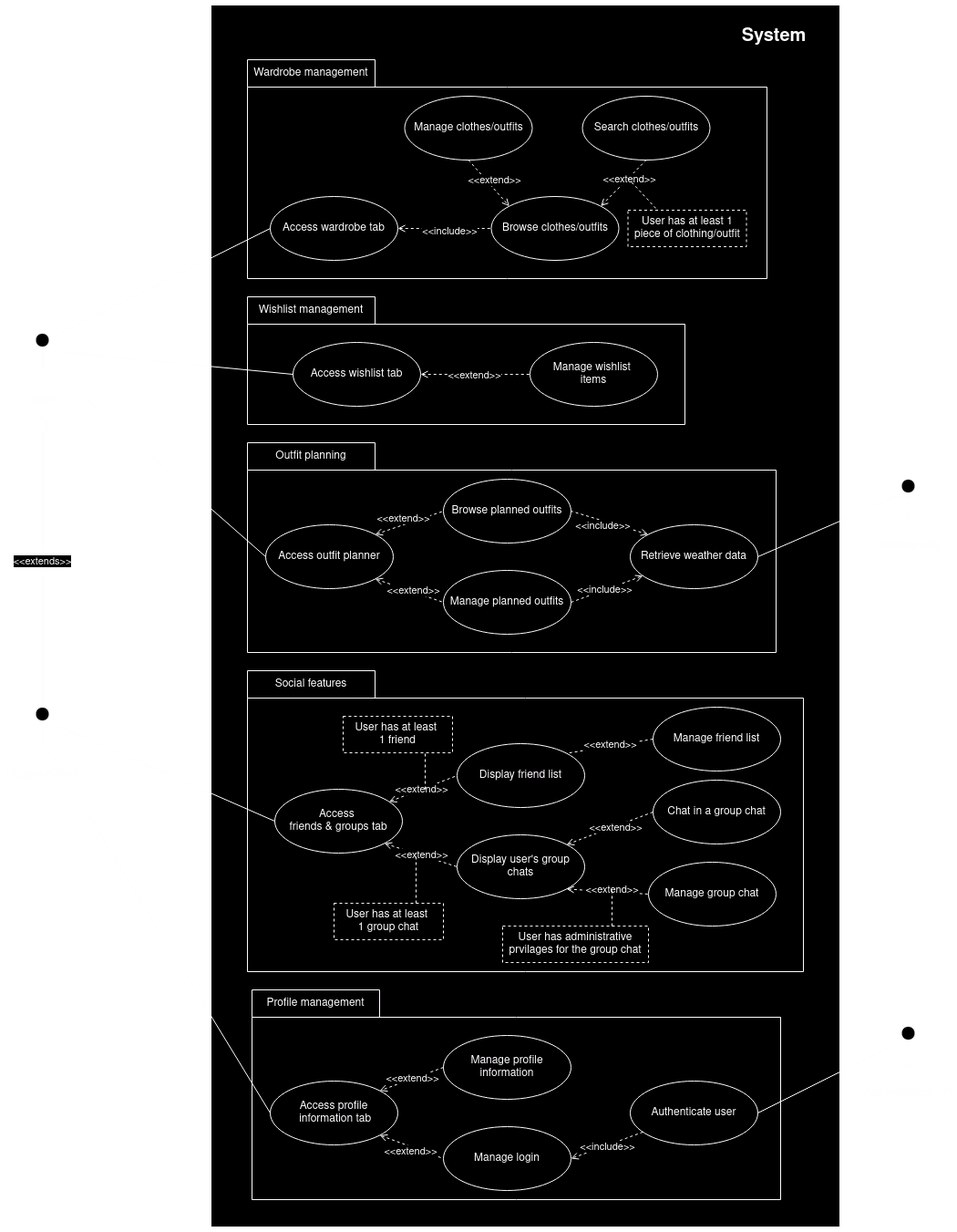
Above: docs/images/UCD-system.png in gienon-fer/SeekFit (draw.io), before the change. Source tidied: cells renumbered, new cells last; positions are measured from the earlier drawing's top-left corner, leaving out a move shared by most shapes.
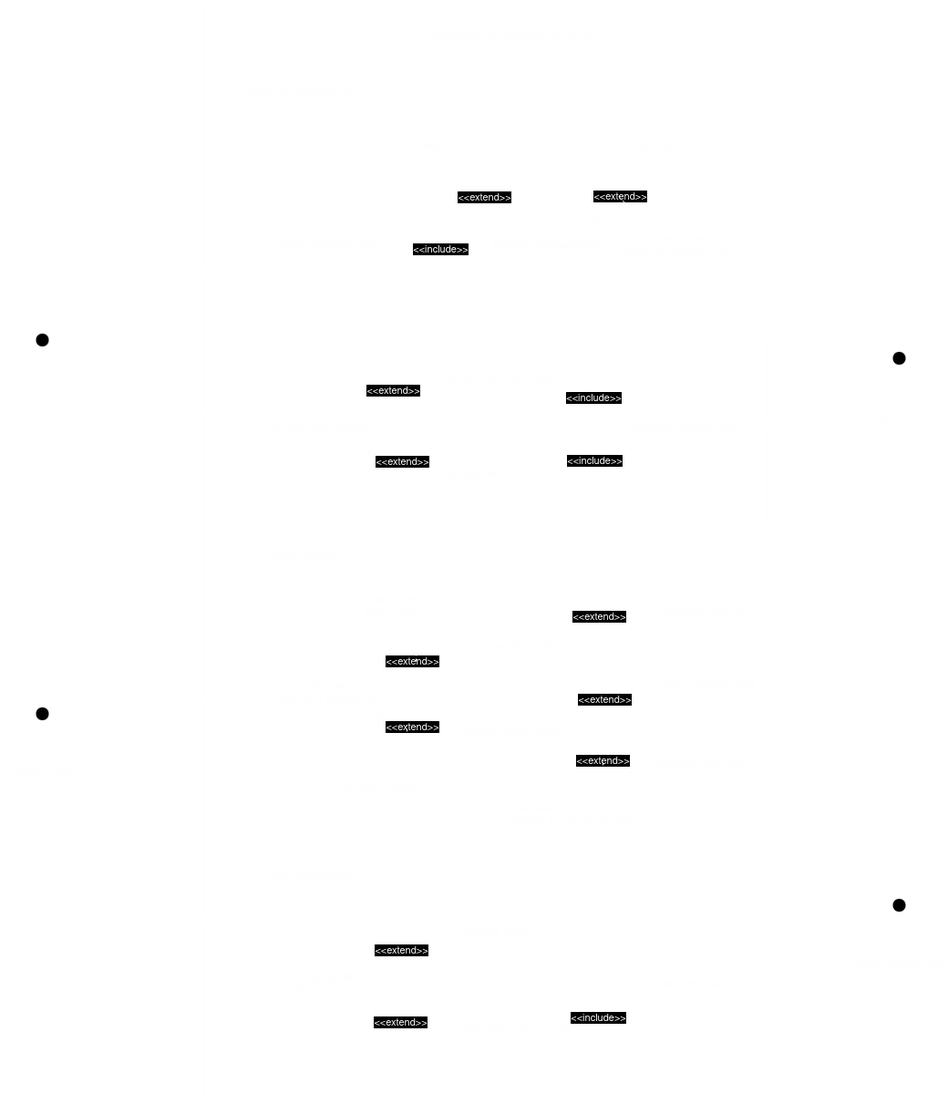
After the commit.

Diff of the diagram source:
```diff
@@ -2,43 +2,40 @@
   <root>
     <mxCell id="0" />
     <mxCell id="1" parent="0" />
-    <mxCell id="2" style="rounded=0;whiteSpace=wrap;html=1;" parent="1" vertex="1">
-      <mxGeometry x="200" width="690" height="1340" as="geometry" />
-    </mxCell>
+    <mxCell id="86" style="rounded=0;whiteSpace=wrap;html=1;fillColor=none;" parent="1" vertex="1">
+      <mxGeometry x="202.5" y="140" width="685" height="1200" as="geometry" />
+    </mxCell>
-    <mxCell id="3" style="shape=folder;fontStyle=1;spacingTop=10;tabWidth=140;tabHeight=30;tabPosition=left;html=1;whiteSpace=wrap;" parent="1" vertex="1">
+    <mxCell id="3" style="shape=folder;fontStyle=1;spacingTop=10;tabWidth=140;tabHeight=30;tabPosition=left;html=1;whiteSpace=wrap;fillColor=none;" parent="1" vertex="1">
       <mxGeometry x="245" y="1080" width="580" height="230" as="geometry" />
     </mxCell>
-    <mxCell id="4" style="shape=folder;fontStyle=1;spacingTop=10;tabWidth=140;tabHeight=30;tabPosition=left;html=1;whiteSpace=wrap;" parent="1" vertex="1">
+    <mxCell id="4" style="shape=folder;fontStyle=1;spacingTop=10;tabWidth=140;tabHeight=30;tabPosition=left;html=1;whiteSpace=wrap;fillColor=none;" parent="1" vertex="1">
       <mxGeometry x="240" y="730" width="610" height="330" as="geometry" />
     </mxCell>
-    <mxCell id="5" style="shape=folder;fontStyle=1;spacingTop=10;tabWidth=140;tabHeight=30;tabPosition=left;html=1;whiteSpace=wrap;" parent="1" vertex="1">
+    <mxCell id="5" style="shape=folder;fontStyle=1;spacingTop=10;tabWidth=140;tabHeight=30;tabPosition=left;html=1;whiteSpace=wrap;fillColor=none;" parent="1" vertex="1">
       <mxGeometry x="240" y="480" width="580" height="230" as="geometry" />
     </mxCell>
-    <mxCell id="6" style="shape=folder;fontStyle=1;spacingTop=10;tabWidth=140;tabHeight=30;tabPosition=left;html=1;whiteSpace=wrap;" parent="1" vertex="1">
-      <mxGeometry x="240" y="320" width="480" height="140" as="geometry" />
-    </mxCell>
-    <mxCell id="7" style="shape=folder;fontStyle=1;spacingTop=10;tabWidth=140;tabHeight=30;tabPosition=left;html=1;whiteSpace=wrap;" parent="1" vertex="1">
-      <mxGeometry x="240" y="60" width="570" height="240" as="geometry" />
+    <mxCell id="7" style="shape=folder;fontStyle=1;spacingTop=10;tabWidth=140;tabHeight=30;tabPosition=left;html=1;whiteSpace=wrap;fillColor=none;" parent="1" vertex="1">
+      <mxGeometry x="240" y="220" width="570" height="240" as="geometry" />
     </mxCell>
-    <mxCell id="8" value="Access wardrobe tab" style="ellipse;whiteSpace=wrap;html=1;" parent="1" vertex="1">
-      <mxGeometry x="265" y="210" width="140" height="70" as="geometry" />
+    <mxCell id="8" value="Access wardrobe tab" style="ellipse;whiteSpace=wrap;html=1;fillColor=none;" parent="1" vertex="1">
+      <mxGeometry x="265" y="370" width="140" height="70" as="geometry" />
     </mxCell>
-    <mxCell id="9" value="Manage clothes/outfits" style="ellipse;whiteSpace=wrap;html=1;" parent="1" vertex="1">
-      <mxGeometry x="412.5" y="100" width="140" height="70" as="geometry" />
+    <mxCell id="9" value="Manage clothes/outfits" style="ellipse;whiteSpace=wrap;html=1;fillColor=none;" parent="1" vertex="1">
+      <mxGeometry x="412.5" y="260" width="140" height="70" as="geometry" />
     </mxCell>
-    <mxCell id="10" value="Browse clothes/outfits" style="ellipse;whiteSpace=wrap;html=1;" parent="1" vertex="1">
-      <mxGeometry x="507.5" y="210" width="140" height="70" as="geometry" />
+    <mxCell id="10" value="Browse clothes/outfits" style="ellipse;whiteSpace=wrap;html=1;fillColor=none;" parent="1" vertex="1">
+      <mxGeometry x="507.5" y="370" width="140" height="70" as="geometry" />
     </mxCell>
-    <mxCell id="11" value="Search clothes/outfits" style="ellipse;whiteSpace=wrap;html=1;" parent="1" vertex="1">
-      <mxGeometry x="607.5" y="100" width="140" height="70" as="geometry" />
+    <mxCell id="11" value="Search clothes/outfits" style="ellipse;whiteSpace=wrap;html=1;fillColor=none;" parent="1" vertex="1">
+      <mxGeometry x="607.5" y="260" width="140" height="70" as="geometry" />
     </mxCell>
-    <mxCell id="12" value="Access outfit planner" style="ellipse;whiteSpace=wrap;html=1;" parent="1" vertex="1">
+    <mxCell id="12" value="Access outfit planner" style="ellipse;whiteSpace=wrap;html=1;fillColor=none;" parent="1" vertex="1">
       <mxGeometry x="260" y="570" width="140" height="70" as="geometry" />
     </mxCell>
-    <mxCell id="13" value="Browse planned outfits " style="ellipse;whiteSpace=wrap;html=1;" parent="1" vertex="1">
+    <mxCell id="13" value="Browse planned outfits " style="ellipse;whiteSpace=wrap;html=1;fillColor=none;" parent="1" vertex="1">
       <mxGeometry x="455" y="520" width="140" height="70" as="geometry" />
     </mxCell>
-    <mxCell id="14" value="Manage planned outfits " style="ellipse;whiteSpace=wrap;html=1;" parent="1" vertex="1">
+    <mxCell id="14" value="Manage planned outfits " style="ellipse;whiteSpace=wrap;html=1;fillColor=none;" parent="1" vertex="1">
       <mxGeometry x="455" y="620" width="140" height="70" as="geometry" />
     </mxCell>
     <mxCell id="15" style="endArrow=none;dashed=1;html=1;rounded=0;entryX=0;entryY=0.5;entryDx=0;entryDy=0;exitX=1;exitY=0.5;exitDx=0;exitDy=0;startArrow=open;startFill=0;" parent="1" edge="1" source="8" target="10">
@@ -77,22 +74,22 @@
     <mxCell id="24" value="&amp;lt;&amp;lt;extend&amp;gt;&amp;gt;" style="edgeLabel;html=1;align=center;verticalAlign=middle;" parent="23" vertex="1">
       <mxGeometry x="0.04" y="2" relative="1" as="geometry" />
     </mxCell>
-    <mxCell id="25" value="&lt;div&gt;Access&amp;nbsp;&lt;/div&gt;&lt;div&gt;friends &amp;amp; groups tab&lt;/div&gt;" style="ellipse;whiteSpace=wrap;html=1;" parent="1" vertex="1">
+    <mxCell id="25" value="&lt;div&gt;Access&amp;nbsp;&lt;/div&gt;&lt;div&gt;friends &amp;amp; groups tab&lt;/div&gt;" style="ellipse;whiteSpace=wrap;html=1;fillColor=none;" parent="1" vertex="1">
       <mxGeometry x="270" y="860" width="140" height="70" as="geometry" />
     </mxCell>
-    <mxCell id="26" value="Display friend list" style="ellipse;whiteSpace=wrap;html=1;" parent="1" vertex="1">
+    <mxCell id="26" value="Display friend list" style="ellipse;whiteSpace=wrap;html=1;fillColor=none;" parent="1" vertex="1">
       <mxGeometry x="470" y="810" width="140" height="70" as="geometry" />
     </mxCell>
-    <mxCell id="27" value="Manage friend list" style="ellipse;whiteSpace=wrap;html=1;" parent="1" vertex="1">
+    <mxCell id="27" value="Manage friend list" style="ellipse;whiteSpace=wrap;html=1;fillColor=none;" parent="1" vertex="1">
       <mxGeometry x="685" y="770" width="140" height="70" as="geometry" />
     </mxCell>
-    <mxCell id="28" value="Display user's group chats" style="ellipse;whiteSpace=wrap;html=1;" parent="1" vertex="1">
+    <mxCell id="28" value="Display user's group chats" style="ellipse;whiteSpace=wrap;html=1;fillColor=none;" parent="1" vertex="1">
       <mxGeometry x="470" y="910" width="140" height="70" as="geometry" />
     </mxCell>
-    <mxCell id="29" value="Chat in a group chat" style="ellipse;whiteSpace=wrap;html=1;" parent="1" vertex="1">
+    <mxCell id="29" value="Chat in a group chat" style="ellipse;whiteSpace=wrap;html=1;fillColor=none;" parent="1" vertex="1">
       <mxGeometry x="685" y="850" width="140" height="70" as="geometry" />
     </mxCell>
-    <mxCell id="30" value="Manage group chat " style="ellipse;whiteSpace=wrap;html=1;" parent="1" vertex="1">
+    <mxCell id="30" value="Manage group chat " style="ellipse;whiteSpace=wrap;html=1;fillColor=none;" parent="1" vertex="1">
       <mxGeometry x="680" y="940" width="140" height="70" as="geometry" />
     </mxCell>
     <mxCell id="31" style="endArrow=none;dashed=1;html=1;rounded=0;entryX=0;entryY=0.5;entryDx=0;entryDy=0;exitX=1;exitY=1;exitDx=0;exitDy=0;startArrow=open;startFill=0;" parent="1" edge="1" source="25" target="28">
@@ -125,16 +122,16 @@
         <mxPoint x="11" y="-1" as="offset" />
       </mxGeometry>
     </mxCell>
-    <mxCell id="39" value="&lt;div&gt;Access profile&lt;/div&gt;&lt;div&gt;&amp;nbsp;information tab&lt;/div&gt;" style="ellipse;whiteSpace=wrap;html=1;" parent="1" vertex="1">
+    <mxCell id="39" value="&lt;div&gt;Access profile&lt;/div&gt;&lt;div&gt;&amp;nbsp;information tab&lt;/div&gt;" style="ellipse;whiteSpace=wrap;html=1;fillColor=none;" parent="1" vertex="1">
       <mxGeometry x="265" y="1180" width="140" height="70" as="geometry" />
     </mxCell>
-    <mxCell id="40" value="Manage profile information" style="ellipse;whiteSpace=wrap;html=1;" parent="1" vertex="1">
+    <mxCell id="40" value="Manage profile information" style="ellipse;whiteSpace=wrap;html=1;fillColor=none;" parent="1" vertex="1">
       <mxGeometry x="455" y="1130" width="140" height="70" as="geometry" />
     </mxCell>
-    <mxCell id="41" value="Manage login" style="ellipse;whiteSpace=wrap;html=1;" parent="1" vertex="1">
+    <mxCell id="41" value="Manage login" style="ellipse;whiteSpace=wrap;html=1;fillColor=none;" parent="1" vertex="1">
       <mxGeometry x="455" y="1230" width="140" height="70" as="geometry" />
     </mxCell>
-    <mxCell id="42" value="Authenticate user" style="ellipse;whiteSpace=wrap;html=1;" parent="1" vertex="1">
+    <mxCell id="42" value="Authenticate user" style="ellipse;whiteSpace=wrap;html=1;fillColor=none;" parent="1" vertex="1">
       <mxGeometry x="660" y="1180" width="140" height="70" as="geometry" />
     </mxCell>
     <mxCell id="43" style="endArrow=open;dashed=1;html=1;rounded=0;entryX=1;entryY=0;entryDx=0;entryDy=0;exitX=0;exitY=0.5;exitDx=0;exitDy=0;startArrow=none;startFill=0;endFill=0;" parent="1" edge="1" source="40" target="39">
@@ -159,7 +156,7 @@
         <mxPoint y="-4" as="offset" />
       </mxGeometry>
     </mxCell>
-    <mxCell id="49" value="Retrieve weather data" style="ellipse;whiteSpace=wrap;html=1;" parent="1" vertex="1">
+    <mxCell id="49" value="Retrieve weather data" style="ellipse;whiteSpace=wrap;html=1;fillColor=none;" parent="1" vertex="1">
       <mxGeometry x="660" y="570" width="140" height="70" as="geometry" />
     </mxCell>
     <mxCell id="50" style="endArrow=none;dashed=1;html=1;rounded=0;entryX=1;entryY=0.5;entryDx=0;entryDy=0;exitX=0;exitY=0;exitDx=0;exitDy=0;startArrow=open;startFill=0;" parent="1" edge="1" source="49" target="13">
@@ -178,29 +175,15 @@
         <mxPoint x="-11" y="1" as="offset" />
       </mxGeometry>
     </mxCell>
-    <mxCell id="54" value="Access wishlist tab" style="ellipse;whiteSpace=wrap;html=1;" parent="1" vertex="1">
-      <mxGeometry x="290" y="370" width="140" height="70" as="geometry" />
-    </mxCell>
-    <mxCell id="55" value="&lt;div&gt;Manage wishlist&amp;nbsp;&lt;/div&gt;&lt;div&gt;items&lt;/div&gt;" style="ellipse;whiteSpace=wrap;html=1;" parent="1" vertex="1">
-      <mxGeometry x="550" y="370" width="140" height="70" as="geometry" />
-    </mxCell>
-    <mxCell id="56" style="endArrow=none;dashed=1;html=1;rounded=0;entryX=0;entryY=0.5;entryDx=0;entryDy=0;exitX=1;exitY=0.5;exitDx=0;exitDy=0;startArrow=open;startFill=0;" parent="1" edge="1" source="54" target="55">
-      <mxGeometry relative="1" as="geometry" />
-    </mxCell>
-    <mxCell id="57" value="&amp;lt;&amp;lt;extend&amp;gt;&amp;gt;" style="edgeLabel;html=1;align=center;verticalAlign=middle;" parent="56" vertex="1">
-      <mxGeometry x="0.09" y="3" relative="1" as="geometry">
-        <mxPoint x="-8" y="3" as="offset" />
-      </mxGeometry>
-    </mxCell>
     <mxCell id="58" value="User" style="shape=umlActor;verticalLabelPosition=bottom;verticalAlign=top;html=1;outlineConnect=0;" parent="1" vertex="1">
-      <mxGeometry y="360" width="30" height="60" as="geometry" />
+      <mxGeometry x="10" y="500" width="30" height="60" as="geometry" />
     </mxCell>
     <mxCell id="59" value="Logged-in User" style="shape=umlActor;verticalLabelPosition=bottom;verticalAlign=top;html=1;outlineConnect=0;" parent="1" vertex="1">
-      <mxGeometry y="770" width="30" height="60" as="geometry" />
+      <mxGeometry x="10" y="910" width="30" height="60" as="geometry" />
     </mxCell>
-    <mxCell id="60" value="&amp;lt;&amp;lt;extends&amp;gt;&amp;gt;" style="endArrow=block;endSize=16;endFill=0;html=1;rounded=0;exitX=0.5;exitY=0;exitDx=0;exitDy=0;exitPerimeter=0;" parent="1" edge="1" source="59">
+    <mxCell id="60" style="endArrow=block;endSize=16;endFill=0;html=1;rounded=0;exitX=0.5;exitY=0;exitDx=0;exitDy=0;exitPerimeter=0;" parent="1" edge="1" source="59">
       <mxGeometry relative="1" as="geometry">
-        <mxPoint x="15" y="450" as="targetPoint" />
+        <mxPoint x="25" y="590" as="targetPoint" />
       </mxGeometry>
     </mxCell>
     <mxCell id="61" style="endArrow=none;html=1;rounded=0;entryX=0;entryY=0.5;entryDx=0;entryDy=0;exitX=1;exitY=0.3333333333333333;exitDx=0;exitDy=0;exitPerimeter=0;" parent="1" edge="1" source="59" target="25">
@@ -216,17 +199,11 @@
       <mxGeometry relative="1" as="geometry" />
     </mxCell>
     <mxCell id="65" value="Wardrobe management" style="text;html=1;align=center;verticalAlign=middle;whiteSpace=wrap;rounded=0;" parent="1" vertex="1">
-      <mxGeometry x="215" y="60" width="190" height="30" as="geometry" />
+      <mxGeometry x="215" y="220" width="190" height="30" as="geometry" />
     </mxCell>
     <mxCell id="66" style="endArrow=none;html=1;rounded=0;entryX=0;entryY=0.5;entryDx=0;entryDy=0;exitX=0.75;exitY=0.1;exitDx=0;exitDy=0;exitPerimeter=0;" parent="1" edge="1" source="58" target="8">
       <mxGeometry relative="1" as="geometry" />
     </mxCell>
-    <mxCell id="67" value="Wishlist management" style="text;html=1;align=center;verticalAlign=middle;whiteSpace=wrap;rounded=0;" parent="1" vertex="1">
-      <mxGeometry x="240" y="320" width="140" height="30" as="geometry" />
-    </mxCell>
-    <mxCell id="68" style="endArrow=none;html=1;rounded=0;entryX=0;entryY=0.5;entryDx=0;entryDy=0;exitX=1;exitY=0.3333333333333333;exitDx=0;exitDy=0;exitPerimeter=0;" parent="1" edge="1" source="58" target="54">
-      <mxGeometry relative="1" as="geometry" />
-    </mxCell>
     <mxCell id="69" value="Outfit planning" style="text;html=1;align=center;verticalAlign=middle;whiteSpace=wrap;rounded=0;" parent="1" vertex="1">
       <mxGeometry x="240" y="480" width="140" height="30" as="geometry" />
     </mxCell>
@@ -250,7 +227,7 @@
     <mxCell id="75" style="endArrow=none;html=1;rounded=0;entryX=0;entryY=0.3333333333333333;entryDx=0;entryDy=0;entryPerimeter=0;exitX=1;exitY=0.5;exitDx=0;exitDy=0;" parent="1" edge="1" source="42" target="74">
       <mxGeometry relative="1" as="geometry" />
     </mxCell>
-    <mxCell id="76" value="&lt;div&gt;User has at least&amp;nbsp;&lt;/div&gt;&lt;div&gt;1 group chat&lt;/div&gt;" style="rounded=0;whiteSpace=wrap;html=1;dashed=1;" parent="1" vertex="1">
+    <mxCell id="76" value="User has at least 1 group chat" style="rounded=0;whiteSpace=wrap;html=1;dashed=1;fillColor=none;" parent="1" vertex="1">
       <mxGeometry x="335" y="985" width="120" height="40" as="geometry" />
     </mxCell>
     <mxCell id="77" style="endArrow=none;dashed=1;html=1;rounded=0;exitX=0.75;exitY=0;exitDx=0;exitDy=0;" parent="1" edge="1" source="76">
@@ -258,7 +235,7 @@
         <mxPoint x="425" y="930" as="targetPoint" />
       </mxGeometry>
     </mxCell>
-    <mxCell id="78" value="&lt;div&gt;User has at least&amp;nbsp;&lt;/div&gt;&lt;div&gt;1 friend&lt;/div&gt;" style="rounded=0;whiteSpace=wrap;html=1;dashed=1;" parent="1" vertex="1">
+    <mxCell id="78" value="User has at least 1 group chat" style="rounded=0;whiteSpace=wrap;html=1;dashed=1;fillColor=none;" parent="1" vertex="1">
       <mxGeometry x="345" y="780" width="120" height="40" as="geometry" />
     </mxCell>
     <mxCell id="79" style="endArrow=none;dashed=1;html=1;rounded=0;entryX=0.75;entryY=1;entryDx=0;entryDy=0;" parent="1" edge="1" target="78">
@@ -266,7 +243,7 @@
         <mxPoint x="435" y="860" as="sourcePoint" />
       </mxGeometry>
     </mxCell>
-    <mxCell id="80" value="User has administrative prvilages for the group chat" style="rounded=0;whiteSpace=wrap;html=1;dashed=1;" parent="1" vertex="1">
+    <mxCell id="80" value="User has administrative prvilages for the group chat" style="rounded=0;whiteSpace=wrap;html=1;dashed=1;fillColor=none;" parent="1" vertex="1">
       <mxGeometry x="520" y="1010" width="160" height="40" as="geometry" />
     </mxCell>
     <mxCell id="81" style="endArrow=none;dashed=1;html=1;rounded=0;exitX=0.75;exitY=0;exitDx=0;exitDy=0;" parent="1" edge="1" source="80">
@@ -274,19 +251,19 @@
         <mxPoint x="640" y="970" as="targetPoint" />
       </mxGeometry>
     </mxCell>
-    <mxCell id="82" value="User has at least 1 piece of clothing/outfit" style="rounded=0;whiteSpace=wrap;html=1;dashed=1;" parent="1" vertex="1">
-      <mxGeometry x="657.5" y="225" width="130" height="40" as="geometry" />
+    <mxCell id="82" value="User has at least 1 piece of clothing/outfit" style="rounded=0;whiteSpace=wrap;html=1;dashed=1;fillColor=none;" parent="1" vertex="1">
+      <mxGeometry x="657.5" y="385" width="130" height="40" as="geometry" />
     </mxCell>
     <mxCell id="83" style="endArrow=none;dashed=1;html=1;rounded=0;entryX=0.25;entryY=0;entryDx=0;entryDy=0;" parent="1" edge="1" target="82">
       <mxGeometry relative="1" as="geometry">
-        <mxPoint x="657.5" y="190" as="sourcePoint" />
+        <mxPoint x="657.5" y="350" as="sourcePoint" />
       </mxGeometry>
     </mxCell>
-    <mxCell id="84" value="Profile management" style="text;html=1;align=center;verticalAlign=middle;whiteSpace=wrap;rounded=0;" parent="1" vertex="1">
+    <mxCell id="84" value="Profile management" style="text;html=1;align=center;verticalAlign=middle;whiteSpace=wrap;rounded=0;fillColor=none;" parent="1" vertex="1">
       <mxGeometry x="245" y="1080" width="140" height="30" as="geometry" />
     </mxCell>
-    <mxCell id="85" value="&lt;b&gt;&lt;font style=&quot;font-size: 20px;&quot;&gt;System&lt;/font&gt;&lt;/b&gt;" style="text;html=1;align=center;verticalAlign=middle;whiteSpace=wrap;rounded=0;" parent="1" vertex="1">
-      <mxGeometry x="787.5" y="20" width="60" height="30" as="geometry" />
-    </mxCell>
+    <mxCell id="87" value="&lt;font style=&quot;font-size: 21px;&quot;&gt;SeekFit application&lt;/font&gt;&lt;font size=&quot;1&quot;&gt; &lt;/font&gt;" style="text;html=1;align=center;verticalAlign=middle;whiteSpace=wrap;rounded=0;" parent="1" vertex="1">
+      <mxGeometry x="387.5" y="160" width="305" height="30" as="geometry" />
+    </mxCell>
   </root>
 </mxGraphModel>
```
